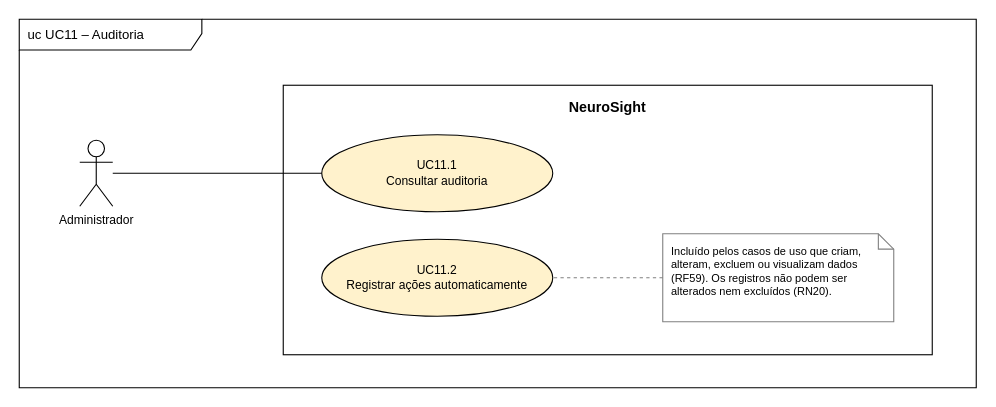
The draw.io diagram page "UC11 – Auditoria" (12 of 12) of Especificacao/Casos-de-uso-NeuroSight.drawio in joaozanini/tcc1, before the edit. Source tidied: cells renumbered, new cells numbered last; positions are measured from the earlier drawing's top-left corner, leaving out a move shared by most shapes. Both pictures are drawn from the tidied source at 110%, with x=0, y=0 at pixel (19, 19).
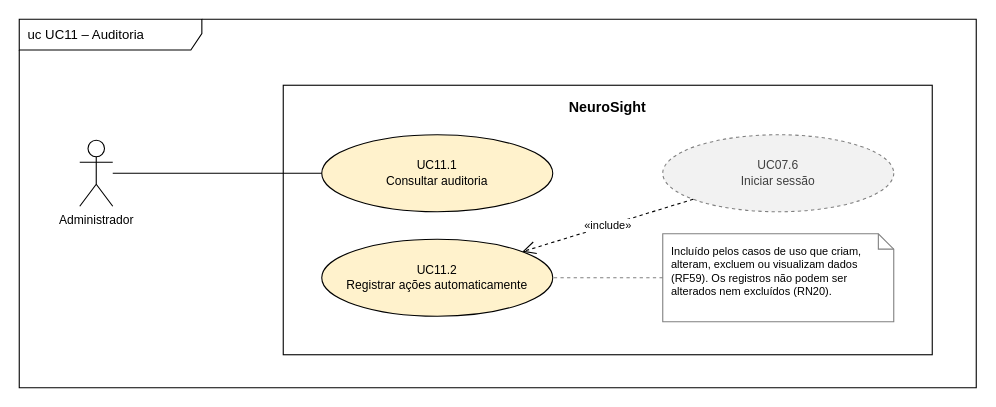
The same diagram, later.

Commit message (it also covers changes not shown here):
UC11: include de exemplo para o registro automático

The edit, as a diff of the source:
```diff
@@
 <mxGraphModel>
   <root>
     <mxCell id="0" />
     <mxCell id="1" parent="0" />
     <mxCell id="2" value="uc UC11 – Auditoria" style="shape=umlFrame;whiteSpace=wrap;html=1;width=166;height=28;verticalAlign=middle;align=left;spacingLeft=6;fillColor=none;fontSize=12;" parent="1" vertex="1">
       <mxGeometry width="870" height="335" as="geometry" />
     </mxCell>
     <mxCell id="3" value="NeuroSight" style="rounded=0;whiteSpace=wrap;html=1;fillColor=none;verticalAlign=top;align=center;fontStyle=1;fontSize=13;spacingTop=6;" parent="1" vertex="1">
       <mxGeometry x="240" y="60" width="590" height="245" as="geometry" />
     </mxCell>
     <mxCell id="4" value="UC11.1&lt;br&gt;Consultar auditoria" style="ellipse;whiteSpace=wrap;html=1;fillColor=#FFF2CC;strokeColor=#000000;fontSize=11;" parent="1" vertex="1">
       <mxGeometry x="275" y="105" width="210" height="70" as="geometry" />
     </mxCell>
     <mxCell id="5" value="UC11.2&lt;br&gt;Registrar ações automaticamente" style="ellipse;whiteSpace=wrap;html=1;fillColor=#FFF2CC;strokeColor=#000000;fontSize=11;" parent="1" vertex="1">
       <mxGeometry x="275" y="200" width="210" height="70" as="geometry" />
     </mxCell>
     <mxCell id="6" value="Administrador" style="shape=umlActor;verticalLabelPosition=bottom;verticalAlign=top;html=1;outlineConnect=0;fillColor=#FFFFFF;strokeColor=#000000;fontSize=11;" parent="1" vertex="1">
       <mxGeometry x="55" y="110" width="30" height="60" as="geometry" />
     </mxCell>
     <mxCell id="7" value="Incluído pelos casos de uso que criam, alteram, excluem ou visualizam dados (RF59). Os registros não podem ser alterados nem excluídos (RN20)." style="shape=note;whiteSpace=wrap;html=1;size=14;fillColor=#FFFFFF;strokeColor=#808080;fontSize=10;align=left;verticalAlign=top;spacingLeft=6;spacingTop=4;" parent="1" vertex="1">
       <mxGeometry x="585" y="195" width="210" height="80" as="geometry" />
     </mxCell>
     <mxCell id="8" style="endArrow=none;html=1;rounded=0;exitX=1;exitY=0.5;exitDx=0;exitDy=0;entryX=0;entryY=0.5;entryDx=0;entryDy=0;" parent="1" edge="1" source="6" target="4">
       <mxGeometry relative="1" as="geometry" />
     </mxCell>
     <mxCell id="9" style="endArrow=none;dashed=1;html=1;rounded=0;strokeColor=#808080;" parent="1" edge="1" source="7" target="5">
       <mxGeometry relative="1" as="geometry" />
     </mxCell>
+    <mxCell id="10" value="UC07.6&lt;br&gt;Iniciar sessão" style="ellipse;whiteSpace=wrap;html=1;fillColor=#F2F2F2;strokeColor=#808080;dashed=1;fontColor=#404040;fontSize=11;" parent="1" vertex="1">
+      <mxGeometry x="585" y="105" width="210" height="70" as="geometry" />
+    </mxCell>
+    <mxCell id="11" value="«include»" style="endArrow=open;endSize=10;dashed=1;html=1;rounded=0;fontSize=10;labelBackgroundColor=#FFFFFF;" parent="1" edge="1" source="10" target="5">
+      <mxGeometry relative="1" as="geometry" />
+    </mxCell>
   </root>
 </mxGraphModel>
```
